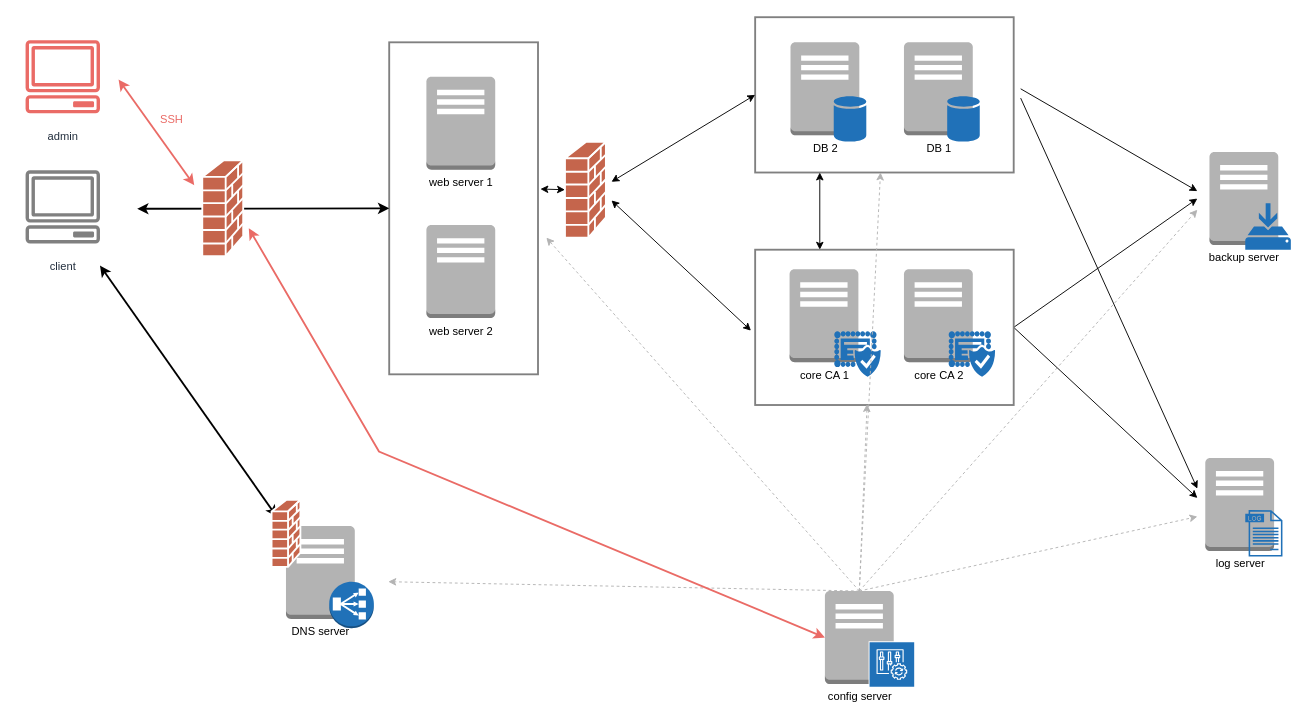
The draw.io diagram figures/ASL_Architecture_Draft.drawio in Liblor/applied_sec_lab, before the edit. Source tidied: cells renumbered, new cells numbered last; positions are measured from the earlier drawing's top-left corner, leaving out a move shared by most shapes. Both pictures are drawn from the tidied source at 93%, with x=0, y=0 at pixel (16, 17).
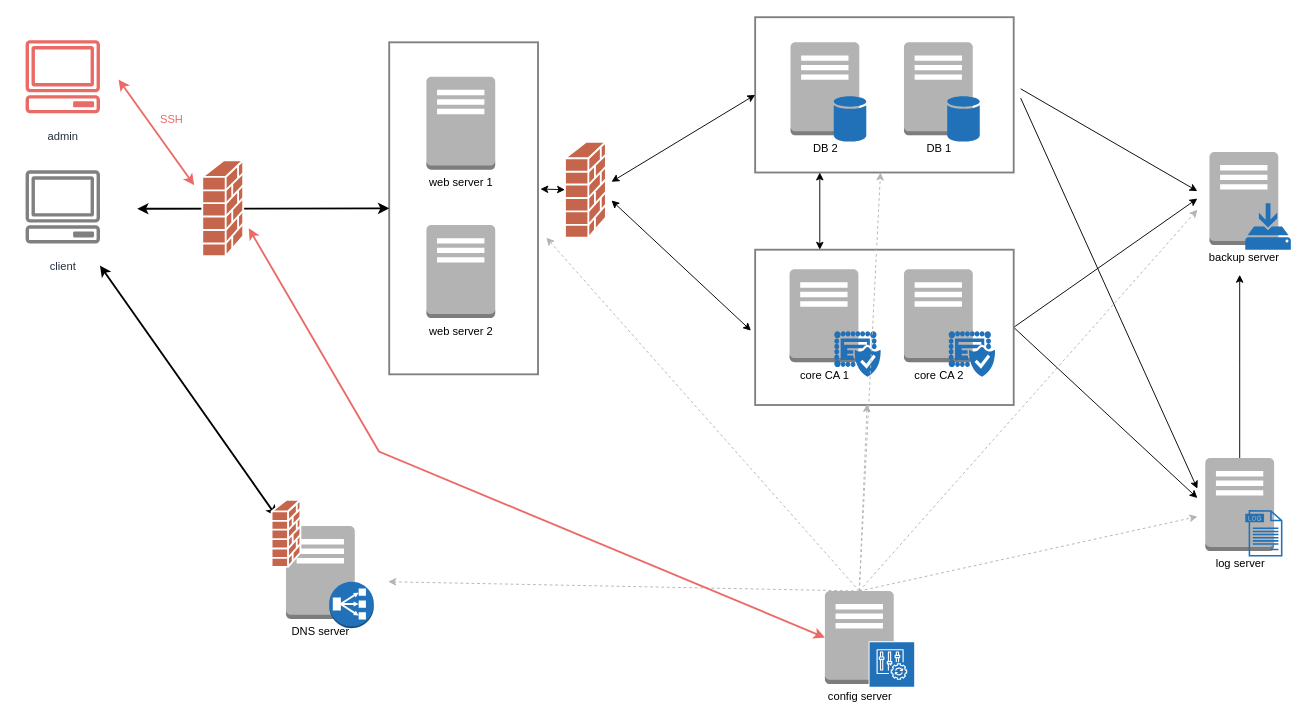
Above is the later version.

Commit message (it also covers changes not shown here):
add "backup logs" arrow

The change refers to these unchanged cells:
```xml
<mxCell id="8" value="log server" style="outlineConnect=0;dashed=0;verticalLabelPosition=bottom;verticalAlign=top;align=center;html=1;shape=mxgraph.aws3.traditional_server;fillColor=#B3B3B3;gradientColor=none;" parent="7" vertex="1">
  <mxGeometry width="74" height="100" as="geometry" />
</mxCell>
```

What changed in the source:
```diff
@@
+    <mxCell id="56" style="edgeStyle=orthogonalEdgeStyle;rounded=0;jettySize=auto;html=1;" parent="1" edge="1" source="8">
+      <mxGeometry relative="1" as="geometry">
+        <mxPoint x="1315.5" y="277" as="targetPoint" />
+      </mxGeometry>
+    </mxCell>
```
